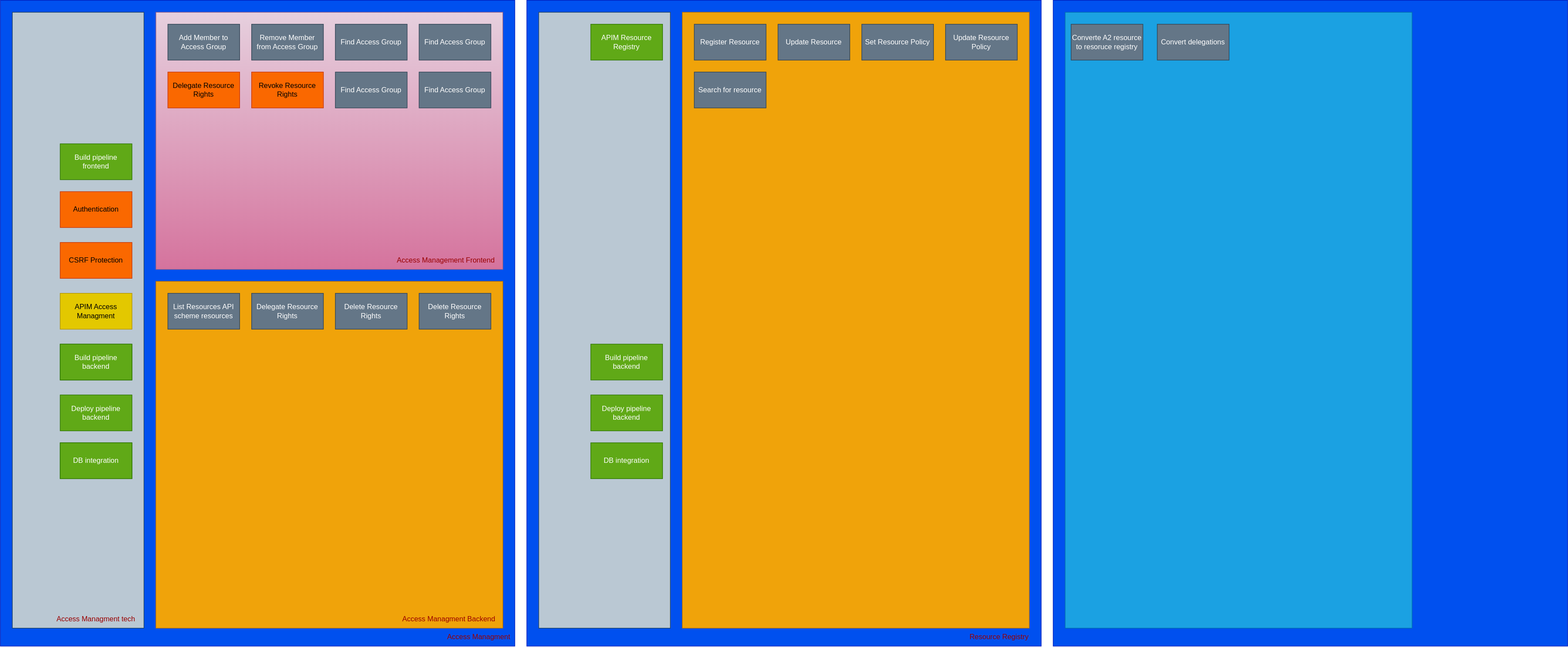
Above: content/technology/solutions/altinn-platform/authorization/modernizationstatus.drawio.svg in Altinn/altinn-studio-docs (draw.io), before the change. Source tidied: cells renumbered, new cells last; positions are measured from the earlier drawing's top-left corner, leaving out a move shared by most shapes.
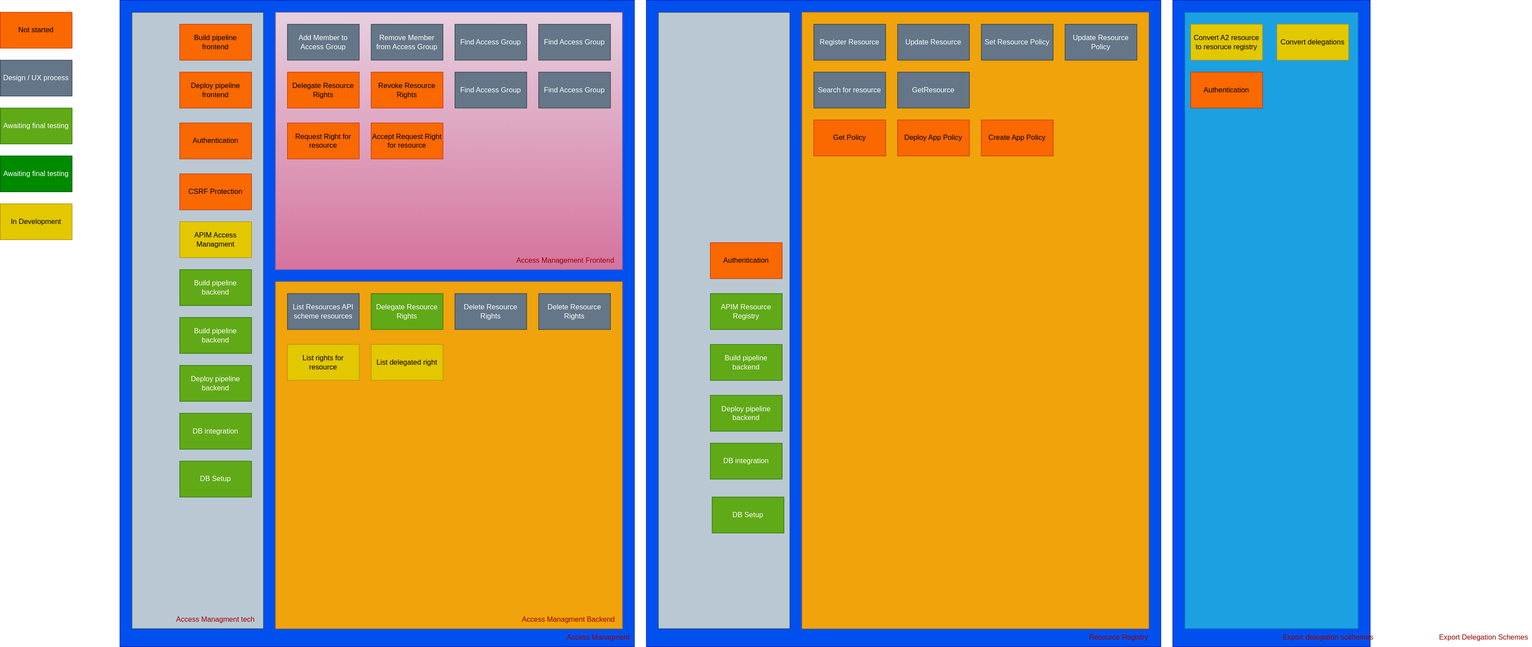
After the change.

Diff of the diagram source:
```diff
@@ -36,7 +36,7 @@
       <mxGeometry x="700" y="120" width="120" height="60" as="geometry" />
     </mxCell>
     <mxCell id="13" value="APIM Access Managment" style="rounded=0;whiteSpace=wrap;html=1;fillColor=#e3c800;fontColor=#000000;strokeColor=#B09500;" parent="1" vertex="1">
-      <mxGeometry x="100" y="490" width="120" height="60" as="geometry" />
+      <mxGeometry x="100" y="370" width="120" height="60" as="geometry" />
     </mxCell>
     <mxCell id="14" style="rounded=0;whiteSpace=wrap;html=1;fillColor=#f0a30a;fontColor=#000000;strokeColor=#BD7000;" parent="1" vertex="1">
       <mxGeometry x="260" y="470" width="580" height="580" as="geometry" />
@@ -44,7 +44,7 @@
     <mxCell id="15" value="List Resources API scheme resources" style="rounded=0;whiteSpace=wrap;html=1;fillColor=#647687;fontColor=#ffffff;strokeColor=#314354;" parent="1" vertex="1">
       <mxGeometry x="280" y="490" width="120" height="60" as="geometry" />
     </mxCell>
-    <mxCell id="16" value="Delegate Resource Rights" style="rounded=0;whiteSpace=wrap;html=1;fillColor=#647687;fontColor=#ffffff;strokeColor=#314354;" parent="1" vertex="1">
+    <mxCell id="16" value="Delegate Resource Rights" style="rounded=0;whiteSpace=wrap;html=1;fillColor=#60a917;fontColor=#ffffff;strokeColor=#2D7600;" parent="1" vertex="1">
       <mxGeometry x="420" y="490" width="120" height="60" as="geometry" />
     </mxCell>
     <mxCell id="17" value="Delete Resource Rights" style="rounded=0;whiteSpace=wrap;html=1;fillColor=#647687;fontColor=#ffffff;strokeColor=#314354;" parent="1" vertex="1">
@@ -63,19 +63,19 @@
       <mxGeometry x="80" y="1020" width="160" height="30" as="geometry" />
     </mxCell>
     <mxCell id="22" value="Build pipeline backend" style="rounded=0;whiteSpace=wrap;html=1;fillColor=#60a917;fontColor=#ffffff;strokeColor=#2D7600;" parent="1" vertex="1">
-      <mxGeometry x="100" y="575" width="120" height="60" as="geometry" />
+      <mxGeometry x="100" y="530" width="120" height="60" as="geometry" />
     </mxCell>
     <mxCell id="23" value="Deploy pipeline backend" style="rounded=0;whiteSpace=wrap;html=1;fillColor=#60a917;fontColor=#ffffff;strokeColor=#2D7600;" parent="1" vertex="1">
-      <mxGeometry x="100" y="660" width="120" height="60" as="geometry" />
+      <mxGeometry x="100" y="610" width="120" height="60" as="geometry" />
     </mxCell>
     <mxCell id="24" value="CSRF Protection" style="rounded=0;whiteSpace=wrap;html=1;fillColor=#fa6800;fontColor=#000000;strokeColor=#C73500;" parent="1" vertex="1">
-      <mxGeometry x="100" y="405" width="120" height="60" as="geometry" />
+      <mxGeometry x="100" y="290" width="120" height="60" as="geometry" />
     </mxCell>
     <mxCell id="25" value="Authentication" style="rounded=0;whiteSpace=wrap;html=1;fillColor=#fa6800;fontColor=#000000;strokeColor=#C73500;" parent="1" vertex="1">
-      <mxGeometry x="100" y="320" width="120" height="60" as="geometry" />
+      <mxGeometry x="100" y="205" width="120" height="60" as="geometry" />
     </mxCell>
-    <mxCell id="26" value="Build pipeline frontend" style="rounded=0;whiteSpace=wrap;html=1;fillColor=#60a917;fontColor=#ffffff;strokeColor=#2D7600;" parent="1" vertex="1">
-      <mxGeometry x="100" y="240" width="120" height="60" as="geometry" />
+    <mxCell id="26" value="Build pipeline frontend" style="rounded=0;whiteSpace=wrap;html=1;fillColor=#fa6800;fontColor=#000000;strokeColor=#C73500;" parent="1" vertex="1">
+      <mxGeometry x="100" y="40" width="120" height="60" as="geometry" />
     </mxCell>
     <mxCell id="27" value="Access Managment" style="text;html=1;strokeColor=none;fillColor=none;align=center;verticalAlign=middle;whiteSpace=wrap;rounded=0;fontColor=#990000;" parent="1" vertex="1">
       <mxGeometry x="720" y="1050" width="160" height="30" as="geometry" />
@@ -90,11 +90,8 @@
       <mxGeometry x="900" y="20" width="220" height="1030" as="geometry" />
     </mxCell>
     <mxCell id="31" value="DB integration" style="rounded=0;whiteSpace=wrap;html=1;fillColor=#60a917;fontColor=#ffffff;strokeColor=#2D7600;" parent="1" vertex="1">
-      <mxGeometry x="100" y="740" width="120" height="60" as="geometry" />
+      <mxGeometry x="100" y="690" width="120" height="60" as="geometry" />
     </mxCell>
-    <mxCell id="32" value="APIM Resource Registry" style="rounded=0;whiteSpace=wrap;html=1;fillColor=#60a917;strokeColor=#2D7600;fontColor=#ffffff;" parent="1" vertex="1">
-      <mxGeometry x="987" y="40" width="120" height="60" as="geometry" />
-    </mxCell>
     <mxCell id="33" value="Register Resource" style="rounded=0;whiteSpace=wrap;html=1;fillColor=#647687;fontColor=#ffffff;strokeColor=#314354;" parent="1" vertex="1">
       <mxGeometry x="1160" y="40" width="120" height="60" as="geometry" />
     </mxCell>
@@ -114,10 +111,10 @@
       <mxGeometry x="1590" y="1050" width="160" height="30" as="geometry" />
     </mxCell>
     <mxCell id="39" value="Build pipeline backend" style="rounded=0;whiteSpace=wrap;html=1;fillColor=#60a917;fontColor=#ffffff;strokeColor=#2D7600;" parent="1" vertex="1">
-      <mxGeometry x="100" y="575" width="120" height="60" as="geometry" />
+      <mxGeometry x="100" y="450" width="120" height="60" as="geometry" />
     </mxCell>
-    <mxCell id="40" value="DB integration" style="rounded=0;whiteSpace=wrap;html=1;fillColor=#60a917;fontColor=#ffffff;strokeColor=#2D7600;" parent="1" vertex="1">
-      <mxGeometry x="100" y="740" width="120" height="60" as="geometry" />
+    <mxCell id="40" value="DB Setup" style="rounded=0;whiteSpace=wrap;html=1;fillColor=#60a917;fontColor=#ffffff;strokeColor=#2D7600;" parent="1" vertex="1">
+      <mxGeometry x="100" y="770" width="120" height="60" as="geometry" />
     </mxCell>
     <mxCell id="41" value="Deploy pipeline backend" style="rounded=0;whiteSpace=wrap;html=1;fillColor=#60a917;fontColor=#ffffff;strokeColor=#2D7600;" parent="1" vertex="1">
       <mxGeometry x="987" y="660" width="120" height="60" as="geometry" />
@@ -129,16 +126,76 @@
       <mxGeometry x="987" y="740" width="120" height="60" as="geometry" />
     </mxCell>
     <mxCell id="44" style="rounded=0;whiteSpace=wrap;html=1;fillColor=#0050ef;fontColor=#ffffff;strokeColor=#001DBC;" parent="1" vertex="1">
-      <mxGeometry x="1760" width="860" height="1080" as="geometry" />
+      <mxGeometry x="1760" width="330" height="1080" as="geometry" />
     </mxCell>
     <mxCell id="45" style="rounded=0;whiteSpace=wrap;html=1;fillColor=#1ba1e2;fontColor=#ffffff;strokeColor=#006EAF;" parent="1" vertex="1">
-      <mxGeometry x="1780" y="20" width="580" height="1030" as="geometry" />
+      <mxGeometry x="1780" y="20" width="290" height="1030" as="geometry" />
     </mxCell>
-    <mxCell id="46" value="Converte A2 resource to resoruce registry" style="rounded=0;whiteSpace=wrap;html=1;fillColor=#647687;fontColor=#ffffff;strokeColor=#314354;" parent="1" vertex="1">
+    <mxCell id="46" value="Convert A2 resource to resoruce registry" style="rounded=0;whiteSpace=wrap;html=1;fillColor=#e3c800;fontColor=#000000;strokeColor=#B09500;" parent="1" vertex="1">
       <mxGeometry x="1790" y="40" width="120" height="60" as="geometry" />
     </mxCell>
-    <mxCell id="47" value="Convert delegations" style="rounded=0;whiteSpace=wrap;html=1;fillColor=#647687;fontColor=#ffffff;strokeColor=#314354;" parent="1" vertex="1">
+    <mxCell id="47" value="Convert delegations" style="rounded=0;whiteSpace=wrap;html=1;fillColor=#e3c800;fontColor=#000000;strokeColor=#B09500;" parent="1" vertex="1">
       <mxGeometry x="1934" y="40" width="120" height="60" as="geometry" />
     </mxCell>
+    <mxCell id="32" value="APIM Resource Registry" style="rounded=0;whiteSpace=wrap;html=1;fillColor=#60a917;fontColor=#ffffff;strokeColor=#2D7600;" parent="1" vertex="1">
+      <mxGeometry x="987" y="490" width="120" height="60" as="geometry" />
+    </mxCell>
+    <mxCell id="48" value="Deploy pipeline frontend" style="rounded=0;whiteSpace=wrap;html=1;fillColor=#fa6800;fontColor=#000000;strokeColor=#C73500;" parent="1" vertex="1">
+      <mxGeometry x="100" y="120" width="120" height="60" as="geometry" />
+    </mxCell>
+    <mxCell id="49" value="DB Setup" style="rounded=0;whiteSpace=wrap;html=1;fillColor=#60a917;fontColor=#ffffff;strokeColor=#2D7600;" parent="1" vertex="1">
+      <mxGeometry x="990" y="830" width="120" height="60" as="geometry" />
+    </mxCell>
+    <mxCell id="50" value="Export Delegation Schemes" style="text;html=1;strokeColor=none;fillColor=none;align=center;verticalAlign=middle;whiteSpace=wrap;rounded=0;fontColor=#990000;" parent="1" vertex="1">
+      <mxGeometry x="2200" y="1050" width="160" height="30" as="geometry" />
+    </mxCell>
+    <mxCell id="51" value="Authentication" style="rounded=0;whiteSpace=wrap;html=1;fillColor=#fa6800;fontColor=#000000;strokeColor=#C73500;" parent="1" vertex="1">
+      <mxGeometry x="1790" y="120" width="120" height="60" as="geometry" />
+    </mxCell>
+    <mxCell id="52" value="GetResource" style="rounded=0;whiteSpace=wrap;html=1;fillColor=#647687;fontColor=#ffffff;strokeColor=#314354;" parent="1" vertex="1">
+      <mxGeometry x="1300" y="120" width="120" height="60" as="geometry" />
+    </mxCell>
+    <mxCell id="53" value="Export delegation scehemes" style="text;html=1;strokeColor=none;fillColor=none;align=center;verticalAlign=middle;whiteSpace=wrap;rounded=0;fontColor=#990000;" parent="1" vertex="1">
+      <mxGeometry x="1940" y="1050" width="160" height="30" as="geometry" />
+    </mxCell>
+    <mxCell id="54" value="Authentication" style="rounded=0;whiteSpace=wrap;html=1;fillColor=#fa6800;fontColor=#000000;strokeColor=#C73500;" parent="1" vertex="1">
+      <mxGeometry x="987" y="405" width="120" height="60" as="geometry" />
+    </mxCell>
+    <mxCell id="55" value="Get Policy" style="rounded=0;whiteSpace=wrap;html=1;fillColor=#fa6800;fontColor=#000000;strokeColor=#C73500;" parent="1" vertex="1">
+      <mxGeometry x="1160" y="200" width="120" height="60" as="geometry" />
+    </mxCell>
+    <mxCell id="56" value="Deploy App Policy" style="rounded=0;whiteSpace=wrap;html=1;fillColor=#fa6800;fontColor=#000000;strokeColor=#C73500;" parent="1" vertex="1">
+      <mxGeometry x="1300" y="200" width="120" height="60" as="geometry" />
+    </mxCell>
+    <mxCell id="57" value="Create App Policy" style="rounded=0;whiteSpace=wrap;html=1;fillColor=#fa6800;fontColor=#000000;strokeColor=#C73500;" parent="1" vertex="1">
+      <mxGeometry x="1440" y="200" width="120" height="60" as="geometry" />
+    </mxCell>
+    <mxCell id="58" value="Request Right for resource" style="rounded=0;whiteSpace=wrap;html=1;fillColor=#fa6800;fontColor=#000000;strokeColor=#C73500;" parent="1" vertex="1">
+      <mxGeometry x="280" y="205" width="120" height="60" as="geometry" />
+    </mxCell>
+    <mxCell id="59" value="Accept Request Right for resource" style="rounded=0;whiteSpace=wrap;html=1;fillColor=#fa6800;fontColor=#000000;strokeColor=#C73500;" parent="1" vertex="1">
+      <mxGeometry x="420" y="205" width="120" height="60" as="geometry" />
+    </mxCell>
+    <mxCell id="60" value="Not started" style="rounded=0;whiteSpace=wrap;html=1;fillColor=#fa6800;fontColor=#000000;strokeColor=#C73500;" parent="1" vertex="1">
+      <mxGeometry x="-200" y="20" width="120" height="60" as="geometry" />
+    </mxCell>
+    <mxCell id="61" value="Design / UX process" style="rounded=0;whiteSpace=wrap;html=1;fillColor=#647687;fontColor=#ffffff;strokeColor=#314354;" parent="1" vertex="1">
+      <mxGeometry x="-200" y="100" width="120" height="60" as="geometry" />
+    </mxCell>
+    <mxCell id="62" value="Awaiting final testing" style="rounded=0;whiteSpace=wrap;html=1;fillColor=#60a917;fontColor=#ffffff;strokeColor=#2D7600;" parent="1" vertex="1">
+      <mxGeometry x="-200" y="180" width="120" height="60" as="geometry" />
+    </mxCell>
+    <mxCell id="63" value="Awaiting final testing" style="rounded=0;whiteSpace=wrap;html=1;fillColor=#008a00;fontColor=#ffffff;strokeColor=#005700;" parent="1" vertex="1">
+      <mxGeometry x="-200" y="260" width="120" height="60" as="geometry" />
+    </mxCell>
+    <mxCell id="64" value="In Development" style="rounded=0;whiteSpace=wrap;html=1;fillColor=#e3c800;fontColor=#000000;strokeColor=#B09500;" parent="1" vertex="1">
+      <mxGeometry x="-200" y="340" width="120" height="60" as="geometry" />
+    </mxCell>
+    <mxCell id="65" value="List rights for resource" style="rounded=0;whiteSpace=wrap;html=1;fillColor=#e3c800;fontColor=#000000;strokeColor=#B09500;" parent="1" vertex="1">
+      <mxGeometry x="280" y="575" width="120" height="60" as="geometry" />
+    </mxCell>
+    <mxCell id="66" value="List delegated right" style="rounded=0;whiteSpace=wrap;html=1;fillColor=#e3c800;fontColor=#000000;strokeColor=#B09500;" parent="1" vertex="1">
+      <mxGeometry x="420" y="575" width="120" height="60" as="geometry" />
+    </mxCell>
   </root>
 </mxGraphModel>
```
